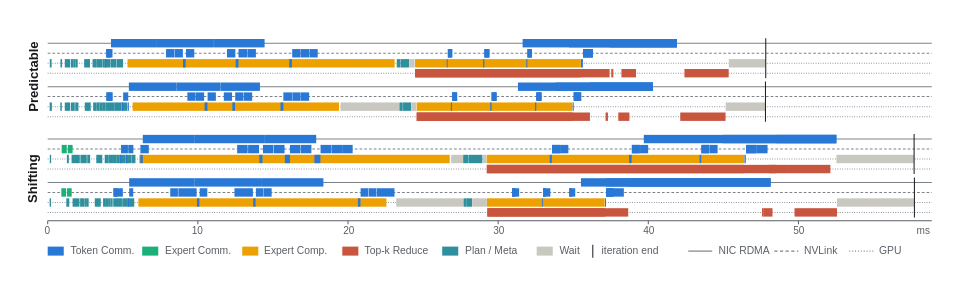
This is figs/case_study/CS_v1.drawio from andronius-yang/flux, a draw.io file, before an edit. Source tidied: cells renumbered, new cells numbered last; positions are measured from the earlier drawing's top-left corner, leaving out a move shared by most shapes. Both pictures are drawn from the tidied source at 150%, with x=0, y=0 at pixel (3, 38).
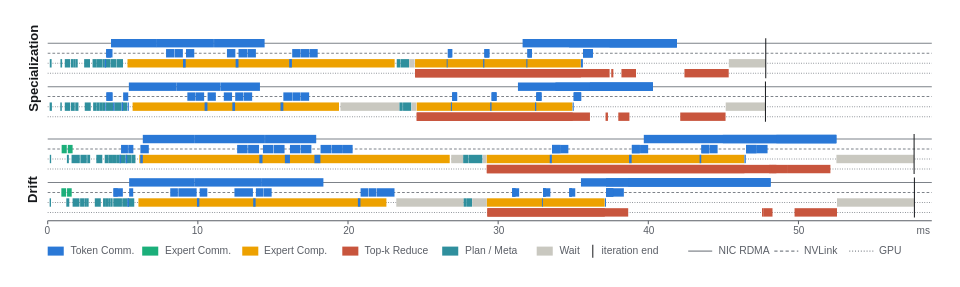
Above is the later version.

Diff of the diagram source:
```diff
@@
-    <mxCell id="301" value="Predictable" style="text;html=1;fontSize=8.7;fontFamily=Helvetica;fontColor=#17191c;align=left;verticalAlign=middle;whiteSpace=nowrap;fontStyle=1;rotation=-90;" parent="1" vertex="1">
+    <mxCell id="301" value="Specialization" style="text;html=1;fontSize=8.7;fontFamily=Helvetica;fontColor=#17191c;align=left;verticalAlign=middle;whiteSpace=nowrap;fontStyle=1;rotation=-90;" parent="1" vertex="1">
       <mxGeometry x="-0.4" y="23.9" width="42.9" height="12.1" as="geometry" />
     </mxCell>
-    <mxCell id="302" value="Shifting" style="text;html=1;fontSize=8.7;fontFamily=Helvetica;fontColor=#17191c;align=left;verticalAlign=middle;whiteSpace=nowrap;fontStyle=1;rotation=-90;" parent="1" vertex="1">
+    <mxCell id="302" value="Drift" style="text;html=1;fontSize=8.7;fontFamily=Helvetica;fontColor=#17191c;align=left;verticalAlign=middle;whiteSpace=nowrap;fontStyle=1;rotation=-90;" parent="1" vertex="1">
       <mxGeometry x="5.8" y="91.8" width="28.6" height="12.1" as="geometry" />
     </mxCell>
```
